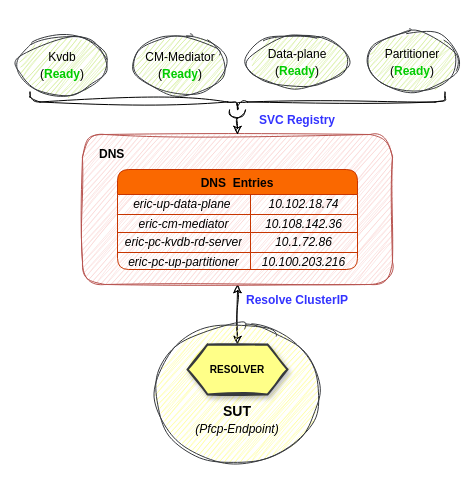
The draw.io diagram page "Resolver" (1 of 6) of External_submodule.drawio in SunLucc/Test, before the edit. Source tidied: cells renumbered, new cells numbered last; positions are measured from the earlier drawing's top-left corner, leaving out a move shared by most shapes. Both pictures are drawn from the tidied source at 100%, with x=0, y=0 at pixel (17, -106).
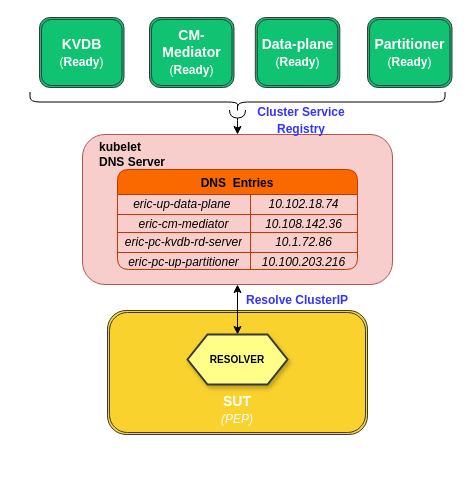
Above is the later version.

The change refers to these unchanged cells:
```xml
<mxCell id="4" value="DNS  Entries" style="shape=table;startSize=25;childLayout=tableLayout;rounded=1;shadow=0;glass=0;fillColor=#fa6800;strokeColor=#C73500;fontColor=#000000;swimlaneLine=1;fontStyle=1;" parent="1" vertex="1">
  <mxGeometry x="100" y="275" width="240" height="100" as="geometry" />
</mxCell>
```

Diff of the diagram source:
```diff
@@
+    <mxCell id="30" style="shape=ext;double=1;rounded=1;whiteSpace=wrap;html=1;shadow=0;fillStyle=hachure;fontSize=14;fillColor=#FAD22D;strokeColor=#36393d;" parent="1" vertex="1">
+      <mxGeometry x="90" y="416" width="260" height="124" as="geometry" />
+    </mxCell>
-    <mxCell id="2" style="edgeStyle=orthogonalEdgeStyle;rounded=0;jettySize=auto;html=1;sketch=1;curveFitting=1;jiggle=2;startArrow=classic;startFill=1;endArrow=classic;endFill=1;entryX=0.5;entryY=0;entryDx=0;entryDy=0;" parent="1" edge="1" source="3" target="27">
+    <mxCell id="2" style="edgeStyle=orthogonalEdgeStyle;rounded=0;jettySize=auto;html=1;startArrow=classic;startFill=1;endArrow=classic;endFill=1;entryX=0.5;entryY=0;entryDx=0;entryDy=0;" parent="1" edge="1" source="3" target="27">
       <mxGeometry relative="1" as="geometry" />
     </mxCell>
-    <mxCell id="3" style="whiteSpace=wrap;html=1;fillColor=#f8cecc;strokeColor=#b85450;sketch=1;curveFitting=1;jiggle=2;glass=0;shadow=0;rounded=1;" parent="1" vertex="1">
+    <mxCell id="3" style="whiteSpace=wrap;html=1;fillColor=#f8cecc;strokeColor=#b85450;glass=0;shadow=0;rounded=1;" parent="1" vertex="1">
       <mxGeometry x="65" y="240" width="310" height="150" as="geometry" />
     </mxCell>
@@
-    <mxCell id="5" style="shape=tableRow;horizontal=0;startSize=0;swimlaneHead=0;swimlaneBody=0;top=0;left=0;bottom=0;right=0;fillColor=none;rounded=1;shadow=0;glass=0;sketch=1;" parent="4" vertex="1">
+    <mxCell id="5" style="shape=tableRow;horizontal=0;startSize=0;swimlaneHead=0;swimlaneBody=0;top=0;left=0;bottom=0;right=0;fillColor=none;rounded=1;shadow=0;glass=0;" parent="4" vertex="1">
       <mxGeometry y="25" width="240" height="20" as="geometry" />
     </mxCell>
-    <mxCell id="6" value="&lt;span style=&quot;text-align: left;&quot;&gt;eric-up-data-plane&lt;/span&gt;&lt;span style=&quot;border-color: var(--border-color); text-align: left;&quot;&gt;&amp;nbsp;&lt;/span&gt;" style="shape=partialRectangle;html=1;whiteSpace=wrap;overflow=hidden;fillColor=none;top=0;left=0;bottom=0;right=0;rounded=1;shadow=0;glass=0;sketch=1;fontStyle=2;" parent="5" vertex="1">
+    <mxCell id="6" value="&lt;span style=&quot;text-align: left;&quot;&gt;eric-up-data-plane&lt;/span&gt;&lt;span style=&quot;border-color: var(--border-color); text-align: left;&quot;&gt;&amp;nbsp;&lt;/span&gt;" style="shape=partialRectangle;html=1;whiteSpace=wrap;overflow=hidden;fillColor=none;top=0;left=0;bottom=0;right=0;rounded=1;shadow=0;glass=0;fontStyle=2;" parent="5" vertex="1">
       <mxGeometry width="133" height="20" as="geometry" />
     </mxCell>
-    <mxCell id="7" value="&lt;span style=&quot;text-align: left;&quot;&gt;10.102.18.74&lt;/span&gt;" style="shape=partialRectangle;html=1;whiteSpace=wrap;overflow=hidden;fillColor=none;top=0;left=0;bottom=0;right=0;rounded=1;shadow=0;glass=0;sketch=1;fontStyle=2;" parent="5" vertex="1">
+    <mxCell id="7" value="&lt;span style=&quot;text-align: left;&quot;&gt;10.102.18.74&lt;/span&gt;" style="shape=partialRectangle;html=1;whiteSpace=wrap;overflow=hidden;fillColor=none;top=0;left=0;bottom=0;right=0;rounded=1;shadow=0;glass=0;fontStyle=2;" parent="5" vertex="1">
       <mxGeometry x="133" width="107" height="20" as="geometry" />
     </mxCell>
-    <mxCell id="8" style="shape=tableRow;horizontal=0;startSize=0;swimlaneHead=0;swimlaneBody=0;top=0;left=0;bottom=0;right=0;fillColor=none;rounded=1;shadow=0;glass=0;sketch=1;" parent="4" vertex="1">
+    <mxCell id="8" style="shape=tableRow;horizontal=0;startSize=0;swimlaneHead=0;swimlaneBody=0;top=0;left=0;bottom=0;right=0;fillColor=none;rounded=1;shadow=0;glass=0;" parent="4" vertex="1">
       <mxGeometry y="45" width="240" height="18" as="geometry" />
     </mxCell>
-    <mxCell id="9" value="eric-cm-mediator" style="shape=partialRectangle;html=1;whiteSpace=wrap;overflow=hidden;fillColor=none;top=0;left=0;bottom=0;right=0;rounded=1;shadow=0;glass=0;sketch=1;fontStyle=2;" parent="8" vertex="1">
+    <mxCell id="9" value="eric-cm-mediator" style="shape=partialRectangle;html=1;whiteSpace=wrap;overflow=hidden;fillColor=none;top=0;left=0;bottom=0;right=0;rounded=1;shadow=0;glass=0;fontStyle=2;" parent="8" vertex="1">
       <mxGeometry width="133" height="18" as="geometry" />
     </mxCell>
-    <mxCell id="10" value="10.108.142.36" style="shape=partialRectangle;html=1;whiteSpace=wrap;overflow=hidden;fillColor=none;top=0;left=0;bottom=0;right=0;rounded=1;shadow=0;glass=0;sketch=1;fontStyle=2;" parent="8" vertex="1">
+    <mxCell id="10" value="10.108.142.36" style="shape=partialRectangle;html=1;whiteSpace=wrap;overflow=hidden;fillColor=none;top=0;left=0;bottom=0;right=0;rounded=1;shadow=0;glass=0;fontStyle=2;" parent="8" vertex="1">
       <mxGeometry x="133" width="107" height="18" as="geometry" />
     </mxCell>
-    <mxCell id="11" style="shape=tableRow;horizontal=0;startSize=0;swimlaneHead=0;swimlaneBody=0;top=0;left=0;bottom=0;right=0;fillColor=none;rounded=1;shadow=0;glass=0;sketch=1;" parent="4" vertex="1">
+    <mxCell id="11" style="shape=tableRow;horizontal=0;startSize=0;swimlaneHead=0;swimlaneBody=0;top=0;left=0;bottom=0;right=0;fillColor=none;rounded=1;shadow=0;glass=0;" parent="4" vertex="1">
       <mxGeometry y="63" width="240" height="20" as="geometry" />
     </mxCell>
-    <mxCell id="12" value="eric-pc-kvdb-rd-server" style="shape=partialRectangle;html=1;whiteSpace=wrap;overflow=hidden;fillColor=none;top=0;left=0;bottom=0;right=0;rounded=1;shadow=0;glass=0;sketch=1;fontStyle=2;" parent="11" vertex="1">
+    <mxCell id="12" value="eric-pc-kvdb-rd-server" style="shape=partialRectangle;html=1;whiteSpace=wrap;overflow=hidden;fillColor=none;top=0;left=0;bottom=0;right=0;rounded=1;shadow=0;glass=0;fontStyle=2;" parent="11" vertex="1">
       <mxGeometry width="133" height="20" as="geometry" />
     </mxCell>
-    <mxCell id="13" value="10.1.72.86" style="shape=partialRectangle;html=1;whiteSpace=wrap;overflow=hidden;fillColor=none;top=0;left=0;bottom=0;right=0;rounded=1;shadow=0;glass=0;sketch=1;fontStyle=2;" parent="11" vertex="1">
+    <mxCell id="13" value="10.1.72.86" style="shape=partialRectangle;html=1;whiteSpace=wrap;overflow=hidden;fillColor=none;top=0;left=0;bottom=0;right=0;rounded=1;shadow=0;glass=0;fontStyle=2;" parent="11" vertex="1">
       <mxGeometry x="133" width="107" height="20" as="geometry" />
     </mxCell>
-    <mxCell id="14" style="shape=tableRow;horizontal=0;startSize=0;swimlaneHead=0;swimlaneBody=0;top=0;left=0;bottom=0;right=0;fillColor=none;rounded=1;shadow=0;glass=0;sketch=1;" parent="4" vertex="1">
+    <mxCell id="14" style="shape=tableRow;horizontal=0;startSize=0;swimlaneHead=0;swimlaneBody=0;top=0;left=0;bottom=0;right=0;fillColor=none;rounded=1;shadow=0;glass=0;" parent="4" vertex="1">
       <mxGeometry y="83" width="240" height="17" as="geometry" />
     </mxCell>
-    <mxCell id="15" value="eric-pc-up-partitioner" style="shape=partialRectangle;html=1;whiteSpace=wrap;overflow=hidden;fillColor=none;top=0;left=0;bottom=0;right=0;rounded=1;shadow=0;glass=0;sketch=1;fontStyle=2;" parent="14" vertex="1">
+    <mxCell id="15" value="eric-pc-up-partitioner" style="shape=partialRectangle;html=1;whiteSpace=wrap;overflow=hidden;fillColor=none;top=0;left=0;bottom=0;right=0;rounded=1;shadow=0;glass=0;fontStyle=2;" parent="14" vertex="1">
       <mxGeometry width="133" height="17" as="geometry" />
     </mxCell>
-    <mxCell id="16" value="10.100.203.216" style="shape=partialRectangle;html=1;whiteSpace=wrap;overflow=hidden;fillColor=none;top=0;left=0;bottom=0;right=0;rounded=1;shadow=0;glass=0;sketch=1;fontStyle=2;" parent="14" vertex="1">
+    <mxCell id="16" value="10.100.203.216" style="shape=partialRectangle;html=1;whiteSpace=wrap;overflow=hidden;fillColor=none;top=0;left=0;bottom=0;right=0;rounded=1;shadow=0;glass=0;fontStyle=2;" parent="14" vertex="1">
       <mxGeometry x="133" width="107" height="17" as="geometry" />
     </mxCell>
-    <mxCell id="17" value="&lt;b&gt;DNS&lt;/b&gt;" style="text;html=1;strokeColor=none;fillColor=none;align=left;verticalAlign=middle;whiteSpace=wrap;rounded=0;" parent="1" vertex="1">
-      <mxGeometry x="80" y="245" width="60" height="30" as="geometry" />
+    <mxCell id="17" value="&lt;b&gt;kubelet DNS Server&lt;/b&gt;" style="text;html=1;strokeColor=none;fillColor=none;align=left;verticalAlign=middle;whiteSpace=wrap;rounded=0;" parent="1" vertex="1">
+      <mxGeometry x="80" y="245" width="72" height="30" as="geometry" />
     </mxCell>
-    <mxCell id="18" value="&lt;font style=&quot;font-size: 12px;&quot;&gt;Data-plane&lt;br&gt;(&lt;font style=&quot;border-color: var(--border-color);&quot; color=&quot;#00cc00&quot;&gt;&lt;b style=&quot;border-color: var(--border-color);&quot;&gt;Ready&lt;/b&gt;&lt;/font&gt;)&lt;br&gt;&lt;/font&gt;" style="ellipse;whiteSpace=wrap;html=1;fillColor=#cdeb8b;strokeColor=#36393d;sketch=1;curveFitting=1;jiggle=2;glass=0;shadow=0;rounded=1;fontSize=14;" parent="1" vertex="1">
-      <mxGeometry x="230" y="140" width="100" height="53" as="geometry" />
-    </mxCell>
-    <mxCell id="19" value="&lt;font style=&quot;font-size: 12px;&quot;&gt;CM-Mediator&lt;br&gt;(&lt;font style=&quot;border-color: var(--border-color);&quot; color=&quot;#00cc00&quot;&gt;&lt;b style=&quot;border-color: var(--border-color);&quot;&gt;Ready&lt;/b&gt;&lt;/font&gt;)&lt;br&gt;&lt;/font&gt;" style="ellipse;whiteSpace=wrap;html=1;fillColor=#cdeb8b;strokeColor=#36393d;sketch=1;curveFitting=1;jiggle=2;glass=0;shadow=0;rounded=1;fontSize=14;" parent="1" vertex="1">
-      <mxGeometry x="117.5" y="140" width="90" height="60" as="geometry" />
-    </mxCell>
-    <mxCell id="20" value="&lt;font style=&quot;font-size: 12px;&quot;&gt;Kvdb&lt;br&gt;(&lt;font color=&quot;#00cc00&quot;&gt;&lt;b&gt;Ready&lt;/b&gt;&lt;/font&gt;)&lt;br&gt;&lt;/font&gt;" style="ellipse;whiteSpace=wrap;html=1;fillColor=#cdeb8b;strokeColor=#36393d;sketch=1;curveFitting=1;jiggle=2;glass=0;shadow=0;rounded=1;fontSize=14;" parent="1" vertex="1">
-      <mxGeometry y="140" width="90" height="60" as="geometry" />
-    </mxCell>
-    <mxCell id="21" value="&lt;font style=&quot;font-size: 12px;&quot;&gt;Partitioner&lt;br&gt;(&lt;font style=&quot;border-color: var(--border-color);&quot; color=&quot;#00cc00&quot;&gt;&lt;b style=&quot;border-color: var(--border-color);&quot;&gt;Ready&lt;/b&gt;&lt;/font&gt;)&lt;br&gt;&lt;/font&gt;" style="ellipse;whiteSpace=wrap;html=1;fillColor=#cdeb8b;strokeColor=#36393d;sketch=1;curveFitting=1;jiggle=2;glass=0;shadow=0;rounded=1;fontSize=14;" parent="1" vertex="1">
-      <mxGeometry x="350" y="136.5" width="90" height="60" as="geometry" />
-    </mxCell>
-    <mxCell id="22" value="&lt;span style=&quot;font-size: 12px; font-weight: 700;&quot;&gt;Resolve ClusterIP&lt;/span&gt;" style="text;html=1;strokeColor=none;fillColor=none;align=center;verticalAlign=middle;whiteSpace=wrap;rounded=0;shadow=0;dashed=0;labelBackgroundColor=none;sketch=0;fillStyle=cross-hatch;fontFamily=Helvetica;fontSize=14;fontColor=#3333FF;" parent="1" vertex="1">
+    <mxCell id="22" value="&lt;span style=&quot;font-size: 12px; font-weight: 700;&quot;&gt;Resolve ClusterIP&lt;/span&gt;" style="text;html=1;strokeColor=none;fillColor=none;align=center;verticalAlign=middle;whiteSpace=wrap;rounded=0;shadow=0;dashed=0;labelBackgroundColor=none;fillStyle=cross-hatch;fontFamily=Helvetica;fontSize=14;fontColor=#3333FF;" parent="1" vertex="1">
       <mxGeometry x="224" y="390" width="112" height="30" as="geometry" />
     </mxCell>
-    <mxCell id="23" style="edgeStyle=orthogonalEdgeStyle;curved=1;sketch=1;jettySize=auto;html=1;exitX=0.1;exitY=0.5;exitDx=0;exitDy=0;exitPerimeter=0;entryX=0.5;entryY=0;entryDx=0;entryDy=0;fontSize=14;fontColor=#000000;startArrow=halfCircle;startFill=0;endArrow=classic;endFill=1;" parent="1" edge="1" source="24" target="3">
+    <mxCell id="23" style="edgeStyle=orthogonalEdgeStyle;curved=1;jettySize=auto;html=1;exitX=0.1;exitY=0.5;exitDx=0;exitDy=0;exitPerimeter=0;entryX=0.5;entryY=0;entryDx=0;entryDy=0;fontSize=14;fontColor=#000000;startArrow=halfCircle;startFill=0;endArrow=classic;endFill=1;" parent="1" edge="1" source="24" target="3">
       <mxGeometry relative="1" as="geometry" />
     </mxCell>
-    <mxCell id="24" style="shape=curlyBracket;whiteSpace=wrap;html=1;rounded=1;flipH=1;labelPosition=right;verticalLabelPosition=middle;align=left;verticalAlign=middle;shadow=0;sketch=1;fontSize=14;fontColor=#000000;fillColor=default;rotation=90;curveFitting=1;jiggle=2;" parent="1" vertex="1">
+    <mxCell id="24" style="shape=curlyBracket;whiteSpace=wrap;html=1;rounded=1;flipH=1;labelPosition=right;verticalLabelPosition=middle;align=left;verticalAlign=middle;shadow=0;fontSize=14;fontColor=#000000;fillColor=default;rotation=90;" parent="1" vertex="1">
       <mxGeometry x="210" width="20" height="415" as="geometry" />
     </mxCell>
-    <mxCell id="25" style="group;" parent="1" vertex="1">
-      <mxGeometry x="137.8" y="430" width="164.5" height="140" as="geometry" />
-    </mxCell>
-    <mxCell id="26" style="ellipse;whiteSpace=wrap;html=1;fillColor=#ffff88;strokeColor=#36393d;sketch=1;curveFitting=1;jiggle=2;glass=0;shadow=0;rounded=1;fillStyle=hachure;" parent="25" vertex="1">
-      <mxGeometry width="164.5" height="140" as="geometry" />
-    </mxCell>
+    <mxCell id="29" value="&lt;font style=&quot;font-size: 12px;&quot;&gt;Cluster Service Registry&lt;/font&gt;" style="text;html=1;strokeColor=none;fillColor=none;align=center;verticalAlign=middle;whiteSpace=wrap;rounded=0;shadow=0;dashed=0;labelBackgroundColor=none;fillStyle=cross-hatch;fontFamily=Helvetica;fontSize=14;fontColor=#3333FF;fontStyle=1;" parent="1" vertex="1">
+      <mxGeometry x="228" y="210" width="112" height="30" as="geometry" />
+    </mxCell>
-    <mxCell id="27" value="&lt;b style=&quot;font-size: 10px;&quot;&gt;RESOLVER&lt;/b&gt;" style="shape=hexagon;perimeter=hexagonPerimeter2;whiteSpace=wrap;html=1;fixedSize=1;fillStyle=solid;fillColor=#ffff88;strokeColor=#36393d;fontSize=10;rounded=0;shadow=1;sketch=1;strokeWidth=2;" parent="25" vertex="1">
-      <mxGeometry x="32.2" y="20" width="100" height="50" as="geometry" />
+    <mxCell id="27" value="&lt;b style=&quot;font-size: 10px;&quot;&gt;RESOLVER&lt;/b&gt;" style="shape=hexagon;perimeter=hexagonPerimeter2;whiteSpace=wrap;html=1;fixedSize=1;fillStyle=solid;fillColor=#ffff88;strokeColor=#36393d;fontSize=10;rounded=0;shadow=1;strokeWidth=2;" parent="1" vertex="1">
+      <mxGeometry x="170" y="440" width="100" height="50" as="geometry" />
     </mxCell>
-    <mxCell id="28" value="&lt;b style=&quot;border-color: var(--border-color); font-size: 12px;&quot;&gt;&lt;font style=&quot;border-color: var(--border-color); font-size: 14px;&quot;&gt;SUT&lt;/font&gt;&lt;/b&gt;&lt;br style=&quot;border-color: var(--border-color); font-size: 12px;&quot;&gt;&lt;i style=&quot;border-color: var(--border-color); font-size: 12px;&quot;&gt;(Pfcp-Endpoint)&lt;/i&gt;" style="text;html=1;strokeColor=none;fillColor=none;align=center;verticalAlign=middle;whiteSpace=wrap;rounded=0;shadow=0;sketch=0;fillStyle=hachure;fontSize=14;fontColor=#000000;" parent="25" vertex="1">
-      <mxGeometry x="36.2" y="80" width="92" height="30" as="geometry" />
+    <mxCell id="28" value="&lt;font color=&quot;#ffffff&quot;&gt;&lt;b style=&quot;border-color: var(--border-color); font-size: 12px;&quot;&gt;&lt;font style=&quot;border-color: var(--border-color); font-size: 14px;&quot;&gt;SUT&lt;/font&gt;&lt;/b&gt;&lt;br style=&quot;border-color: var(--border-color); font-size: 12px;&quot;&gt;&lt;i style=&quot;border-color: var(--border-color); font-size: 12px;&quot;&gt;(PEP)&lt;/i&gt;&lt;/font&gt;" style="text;html=1;strokeColor=none;fillColor=none;align=center;verticalAlign=middle;whiteSpace=wrap;rounded=0;shadow=0;fillStyle=hachure;fontSize=14;fontColor=#000000;" parent="1" vertex="1">
+      <mxGeometry x="174" y="500" width="92" height="30" as="geometry" />
     </mxCell>
-    <mxCell id="29" value="&lt;font style=&quot;font-size: 12px;&quot;&gt;SVC Registry&lt;/font&gt;" style="text;html=1;strokeColor=none;fillColor=none;align=center;verticalAlign=middle;whiteSpace=wrap;rounded=0;shadow=0;dashed=0;labelBackgroundColor=none;sketch=0;fillStyle=cross-hatch;fontFamily=Helvetica;fontSize=14;fontColor=#3333FF;fontStyle=1;" parent="1" vertex="1">
-      <mxGeometry x="240" y="210" width="80" height="30" as="geometry" />
-    </mxCell>
+    <mxCell id="31" value="&lt;font color=&quot;#ffffff&quot;&gt;&lt;b&gt;&lt;font style=&quot;font-size: 14px;&quot;&gt;KVDB&lt;/font&gt;&lt;br style=&quot;border-color: var(--border-color); font-size: 12px;&quot;&gt;&lt;/b&gt;&lt;span style=&quot;font-size: 12px;&quot;&gt;(&lt;/span&gt;&lt;font style=&quot;border-color: var(--border-color); font-size: 12px;&quot;&gt;&lt;b style=&quot;border-color: var(--border-color);&quot;&gt;Ready&lt;/b&gt;&lt;/font&gt;&lt;span style=&quot;font-size: 12px;&quot;&gt;)&lt;/span&gt;&lt;/font&gt;" style="shape=ext;double=1;rounded=1;whiteSpace=wrap;html=1;shadow=0;fillStyle=hachure;fontSize=14;fillColor=#0FC373;strokeColor=#36393d;" parent="1" vertex="1">
+      <mxGeometry x="22" y="123" width="84.5" height="70" as="geometry" />
+    </mxCell>
+    <mxCell id="19" value="&lt;font color=&quot;#ffffff&quot;&gt;&lt;b style=&quot;&quot;&gt;&lt;font style=&quot;font-size: 14px;&quot;&gt;CM-Mediator&lt;/font&gt;&lt;/b&gt;&lt;br style=&quot;border-color: var(--border-color); font-size: 12px;&quot;&gt;&lt;span style=&quot;font-size: 12px;&quot;&gt;(&lt;/span&gt;&lt;font style=&quot;border-color: var(--border-color); font-size: 12px;&quot;&gt;&lt;b style=&quot;border-color: var(--border-color);&quot;&gt;Ready&lt;/b&gt;&lt;/font&gt;&lt;span style=&quot;font-size: 12px;&quot;&gt;)&lt;/span&gt;&lt;/font&gt;" style="shape=ext;double=1;rounded=1;whiteSpace=wrap;html=1;shadow=0;fillStyle=hachure;fontSize=14;fillColor=#0FC373;strokeColor=#36393d;" parent="1" vertex="1">
+      <mxGeometry x="132" y="123" width="84.5" height="70" as="geometry" />
+    </mxCell>
+    <mxCell id="18" value="&lt;font color=&quot;#ffffff&quot;&gt;&lt;b style=&quot;&quot;&gt;&lt;font style=&quot;font-size: 14px;&quot;&gt;Data-plane&lt;/font&gt;&lt;/b&gt;&lt;br style=&quot;border-color: var(--border-color); font-size: 12px;&quot;&gt;&lt;span style=&quot;font-size: 12px;&quot;&gt;(&lt;/span&gt;&lt;font style=&quot;border-color: var(--border-color); font-size: 12px;&quot;&gt;&lt;b style=&quot;border-color: var(--border-color);&quot;&gt;Ready&lt;/b&gt;&lt;/font&gt;&lt;span style=&quot;font-size: 12px;&quot;&gt;)&lt;/span&gt;&lt;/font&gt;" style="shape=ext;double=1;rounded=1;whiteSpace=wrap;html=1;shadow=0;fillStyle=hachure;fontSize=14;fillColor=#0FC373;strokeColor=#36393d;" parent="1" vertex="1">
+      <mxGeometry x="237.8" y="123" width="84.5" height="70" as="geometry" />
+    </mxCell>
+    <mxCell id="21" value="&lt;font color=&quot;#ffffff&quot;&gt;&lt;b style=&quot;&quot;&gt;&lt;font style=&quot;font-size: 14px;&quot;&gt;Partitioner&lt;/font&gt;&lt;/b&gt;&lt;br style=&quot;border-color: var(--border-color); font-size: 12px;&quot;&gt;&lt;span style=&quot;font-size: 12px;&quot;&gt;(&lt;/span&gt;&lt;font style=&quot;border-color: var(--border-color); font-size: 12px;&quot;&gt;&lt;b style=&quot;border-color: var(--border-color);&quot;&gt;Ready&lt;/b&gt;&lt;/font&gt;&lt;span style=&quot;font-size: 12px;&quot;&gt;)&lt;/span&gt;&lt;/font&gt;" style="shape=ext;double=1;rounded=1;whiteSpace=wrap;html=1;shadow=0;fillStyle=hachure;fontSize=14;fillColor=#0FC373;strokeColor=#36393d;" parent="1" vertex="1">
+      <mxGeometry x="350" y="123" width="84.5" height="70" as="geometry" />
+    </mxCell>
```
